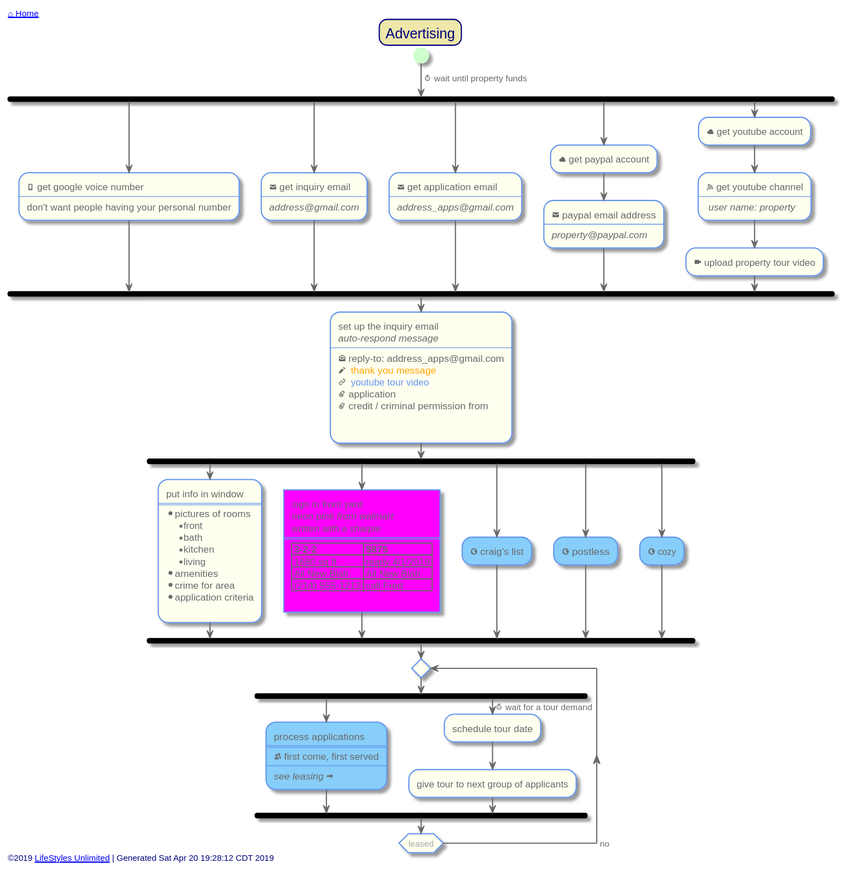
Above: out/src/single-family/advertising.svg in toddmo/lifestylesunlimited (PlantUML), before the change.
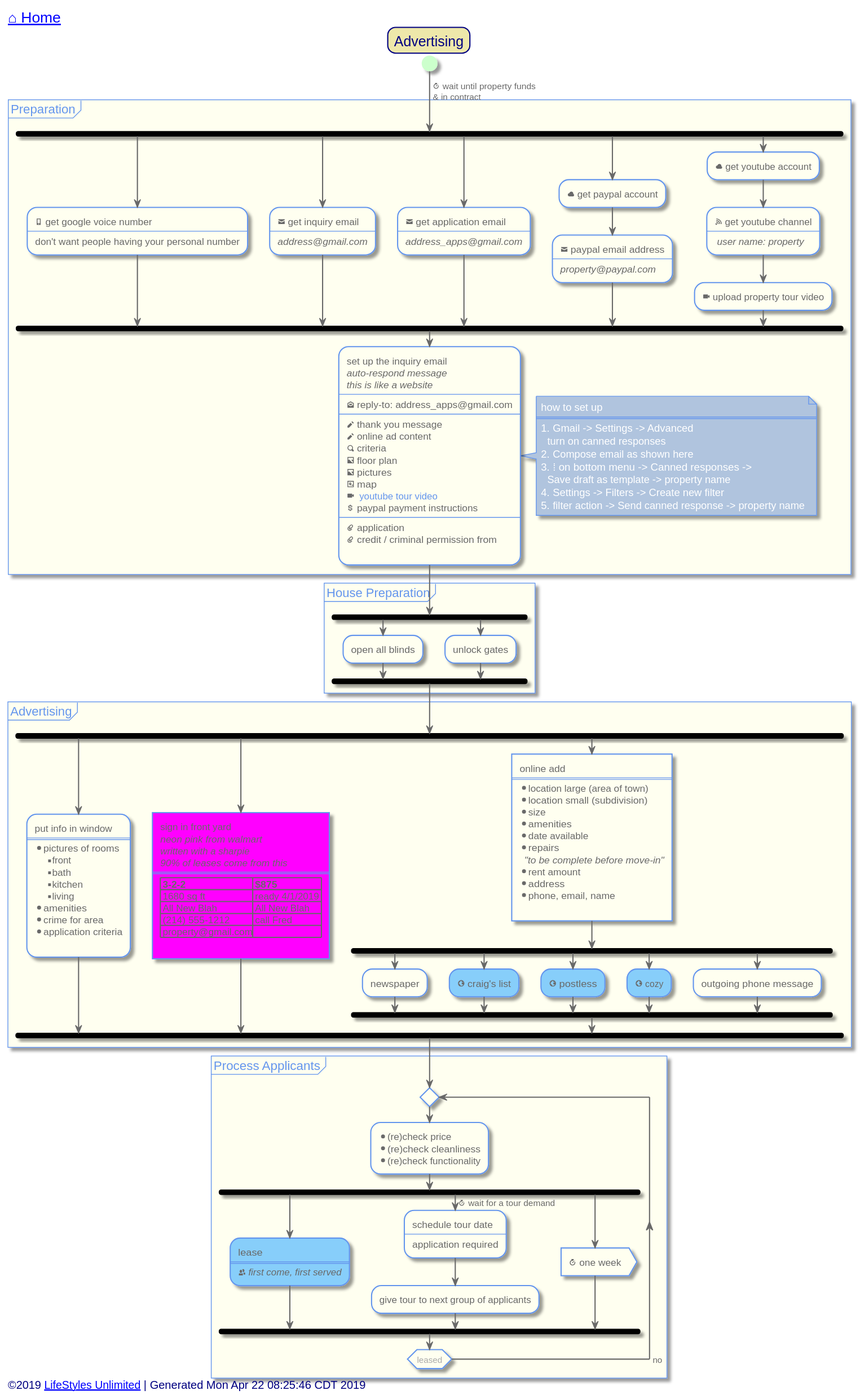
The same diagram one commit later.

Change to the diagram source:
```diff
@@ -73,7 +73,7 @@
 
 
 left header
-	<font color=Navy>[[../index.svg ⌂ Home]]</font>
+	<font color=Navy size=18>[[../index.svg ⌂ Home]]</font>
 endheader
 
 
@@ -81,89 +81,150 @@
 
 	start
 
-	-><&timer> wait until property funds;
+	-><&timer> wait until property funds\n& in contract;
 
-	fork
-		:<&phone> get google voice number
+	partition Preparation {
+		fork
+			:<&phone> get google voice number
+			----
+			don't want people having your personal number;
+		fork again
+			:<&envelope-closed> get inquiry email
+			----
+			<i>address@gmail.com;
+		fork again
+			:<&envelope-closed> get application email
+			----
+			<i>address_apps@gmail.com;
+		fork again
+			:<&cloud> get paypal account;
+			:<&envelope-closed> paypal email address
+			----
+			<i>property@paypal.com;
+		fork again
+			:<&cloud> get youtube account;
+			:<&rss> get youtube channel
+			----
+			<&user> <i>user name: property;
+			:<&video> upload property tour video;
+		end fork
+
+		:set up the inquiry email
+		<i>auto-respond message
+		<i>this is like a website
 		----
-		don't want people having your personal number;
-	fork again
-		:<&envelope-closed> get inquiry email
+		<&envelope-open> reply-to: address_apps@gmail.com
 		----
-		<i>address@gmail.com;
-	fork again
-		:<&envelope-closed> get application email
+		<&pencil> thank you message
+		<&pencil> online ad content
+		<&magnifying-glass> criteria
+		<&image> floor plan
+		<&image> pictures
+		<&map> map
+		<&video> <color:cornflowerblue> youtube tour video
+		<&dollar> paypal payment instructions
 		----
-		<i>address_apps@gmail.com;
-	fork again
-		:<&cloud> get paypal account;
-		:<&envelope-closed> paypal email address
-		----
-		<i>property@paypal.com;
-	fork again
-		:<&cloud> get youtube account;
-		:<&rss> get youtube channel
-		----
-		<&user> <i>user name: property;
-		:<&video> upload property tour video;
-	end fork
+		<&paperclip> application
+		<&paperclip> credit / criminal permission from
+		;
+		note right
+			how to set up
+			====
+			# Gmail -> Settings -> Advanced
+			  turn on canned responses
+			# Compose email as shown here
+			# ⁞ on bottom menu -> Canned responses ->
+			  Save draft as template -> property name
+			# Settings -> Filters -> Create new filter
+			# filter action -> Send canned response -> property name
+		end note
+	}
 
-	:set up the inquiry email
-	<i>auto-respond message
-	----
-	<&envelope-open> reply-to: address_apps@gmail.com
-	<&pencil> <color:orange> thank you message
-	<&link-intact> <color:cornflowerblue> youtube tour video
-	<&paperclip> application
-	<&paperclip> credit / criminal permission from
+	partition "House Preparation" {
+		fork
+			:open all blinds;
+		fork again
+			:unlock gates;
+		end fork
+	}
 
-	;
+	partition Advertising {
+		fork
+			:put info in window
+			====
+			* pictures of rooms
+			** front
+			** bath
+			** kitchen
+			** living
+			* amenities
+			* crime for area
+			* application criteria
+			;
+		fork again
+			#Magenta:sign in front yard
+			<i>neon pink from walmart
+			<i>written with a sharpie
+			<i>90% of leases come from this
+			====
+			| 3-2-2 | $875 |
+			| 1680 sq ft | ready 4/1/2019 |
+			| All New Blah | All New Blah |
+			| (214) 555-1212 | call Fred |
+			| property@gmail.com||
+			]
+		fork again
+			:online add
+			====
+			* location large (area of town)
+			* location small (subdivision)
+			* size
+			* amenities
+			* date available
+			* repairs
+			  <i>"to be complete before move-in"
+			* rent amount
+			* address
+			* phone, email, name
+			]
+			fork
+				:newspaper;
+			fork again
+				[[https://dallas.craigslist.org]]#LightSkyBlue:<&globe> craig's list;
+			fork again
+				[[https://postless.com]]#LightSkyBlue:<&globe> postless;
+			fork again
+				[[https://cozy.co]]#LightSkyBlue:<&globe> cozy;
+			fork again
+				:outgoing phone message;
+			end fork
+		end fork
+	}
 
-	fork
-		:put info in window
-		====
-		* pictures of rooms
-		** front
-		** bath
-		** kitchen
-		** living
-		* amenities
-		* crime for area
-		* application criteria
-		;
-	fork again
-		#Magenta:sign in front yard
-		<i>neon pink from walmart
-		<i>written with a sharpie
-		====
-		| 3-2-2 | $875 |
-		| 1680 sq ft | ready 4/1/2019 |
-		| All New Blah | All New Blah |
-		| (214) 555-1212 | call Fred |
-		]
-	fork again
-		[[https://dallas.craigslist.org]]#LightSkyBlue:<&globe> craig's list;
-	fork again
-		[[https://postless.com]]#LightSkyBlue:<&globe> postless;
-	fork again
-		[[https://cozy.co]]#LightSkyBlue:<&globe> cozy;
-	end fork
-
+	partition "Process Applicants" {
 		repeat
+			:* (re)check price
+			* (re)check cleanliness
+			* (re)check functionality;
 			fork
-				[[leasing.svg?sanitize=true]]#LightSkyBlue:process applications\n====\n<&people> first come, first served\n----\n<i>see leasing <&arrow-thick-right>;
+				[[leasing.svg?sanitize=true]]#LightSkyBlue:lease\n====\n<&people> <i>first come, first served;
 			fork again
 				-><&timer> wait for a tour demand;
-				:schedule tour date;
+				:schedule tour date
+				----
+				application required;
 				:give tour to next group of applicants;
+			fork again
+				:<&timer> one week>
 			end fork
 		repeat while (leased)->no
+	}
 
 
 
 
 left footer
-	©2019 [[http://www.lifestylesunlimited.com LifeStyles Unlimited]] | Generated Sat Apr 20 19:28:12 CDT 2019
+	<font size=14>©2019 [[http://www.lifestylesunlimited.com LifeStyles Unlimited]] | Generated Mon Apr 22 08:25:46 CDT 2019</font>
 endfooter
 
 
```
